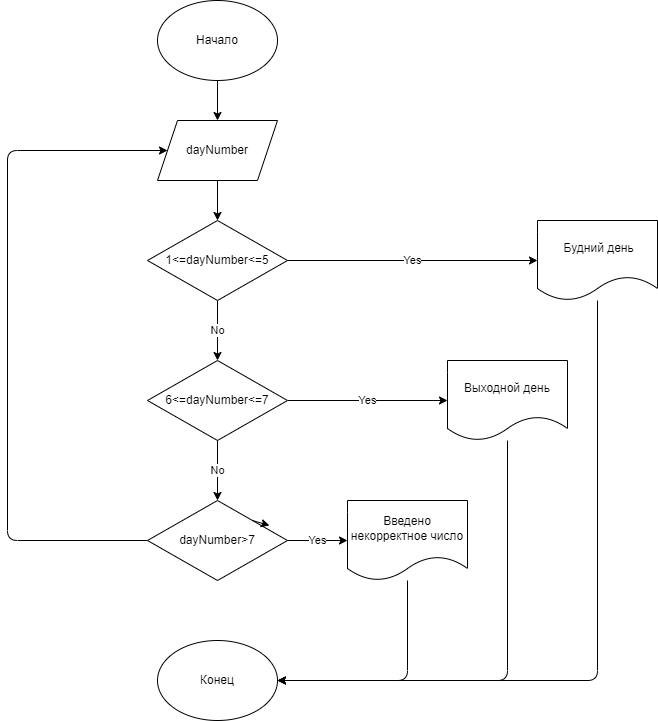
Earlier version of the draw.io export Task7/Task7.drawio.png (AVERD0SE/Homework). Source tidied: cells renumbered, new cells last; positions are measured from the earlier drawing's top-left corner, leaving out a move shared by most shapes.
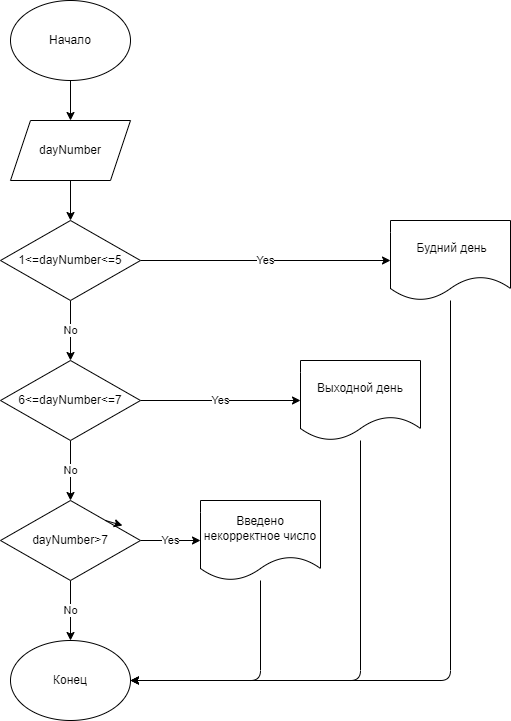
After the change.

Change to the diagram source:
```diff
@@ -68,14 +68,9 @@
     <mxCell id="19" value="Yes" style="edgeStyle=none;html=1;" parent="1" edge="1" source="21" target="18">
       <mxGeometry relative="1" as="geometry" />
     </mxCell>
-    <mxCell id="20" style="edgeStyle=none;html=1;entryX=0;entryY=0.5;entryDx=0;entryDy=0;" parent="1" edge="1" source="21" target="5">
-      <mxGeometry relative="1" as="geometry">
-        <Array as="points">
-          <mxPoint y="540" />
-          <mxPoint y="150" />
-        </Array>
-      </mxGeometry>
-    </mxCell>
+    <mxCell id="23" value="No" style="edgeStyle=none;html=1;" parent="1" edge="1" source="21" target="16">
+      <mxGeometry relative="1" as="geometry" />
+    </mxCell>
     <mxCell id="21" value="&lt;span&gt;dayNumber&amp;gt;7&lt;/span&gt;" style="rhombus;whiteSpace=wrap;html=1;" parent="1" vertex="1">
       <mxGeometry x="140" y="500" width="140" height="80" as="geometry" />
     </mxCell>
```
